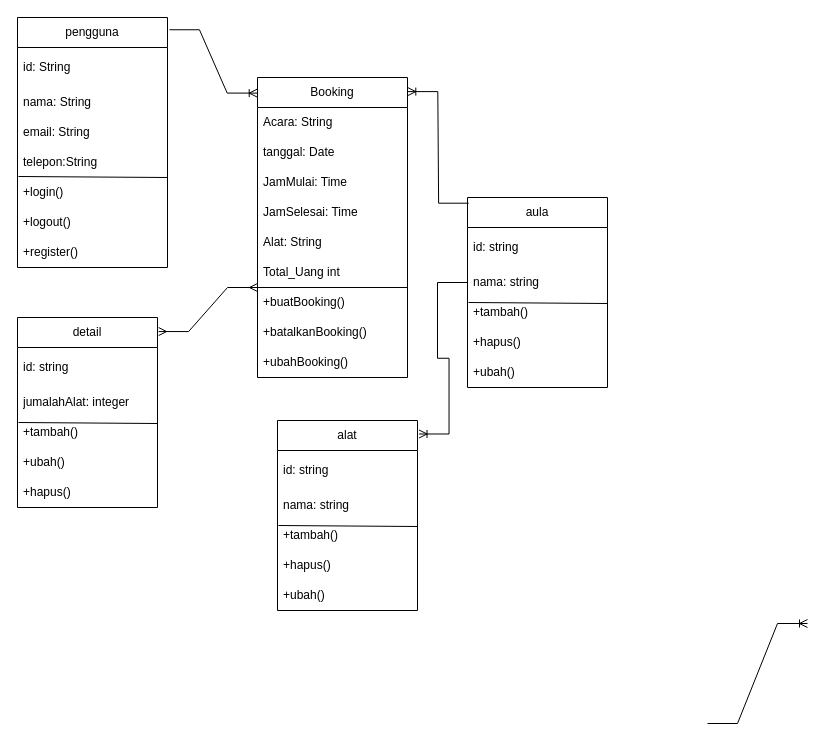
The draw.io diagram page "Halaman-2" (2 of 2) of use_case.drawio in The-Pranksters/Booking-Aula, before the edit. Source tidied: cells renumbered, new cells numbered last; positions are measured from the earlier drawing's top-left corner, leaving out a move shared by most shapes. Both pictures are drawn from the tidied source at 100%, with x=0, y=0 at pixel (-33, 17).
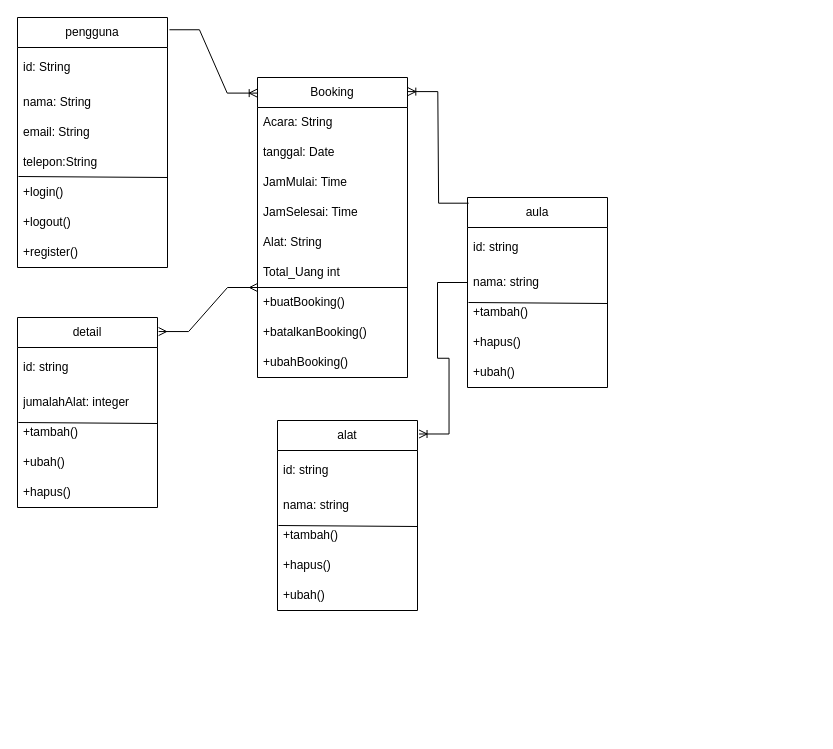
The same diagram, later.

Change to the diagram source:
```diff
@@
-    <mxCell id="45" style="edgeStyle=entityRelationEdgeStyle;fontSize=12;html=1;endArrow=ERoneToMany;rounded=0;" parent="1" edge="1">
-      <mxGeometry relative="1" as="geometry">
-        <mxPoint x="740" y="706" as="sourcePoint" />
-        <mxPoint x="840" y="606" as="targetPoint" />
-      </mxGeometry>
-    </mxCell>
```
